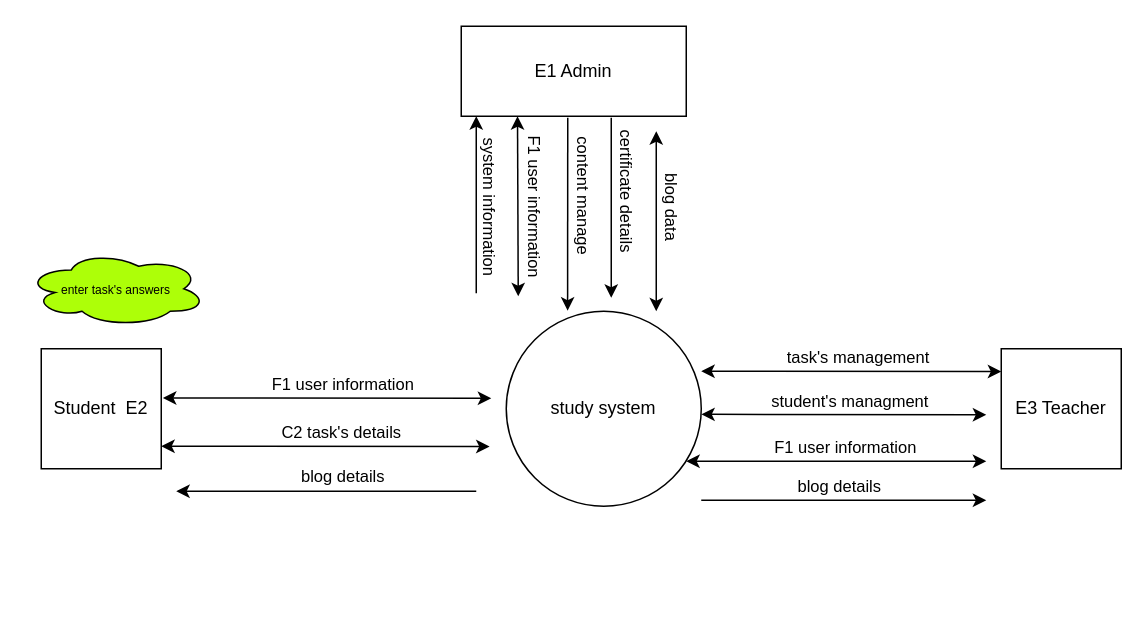
The draw.io diagram page "Contect diagram" (1 of 6) of code/docs/diagrams.drawio in alsousha/projectFinish, before the edit. Source tidied: cells renumbered, new cells numbered last; positions are measured from the earlier drawing's top-left corner, leaving out a move shared by most shapes. Both pictures are drawn from the tidied source at 150%, with x=0, y=0 at pixel (26, 26).
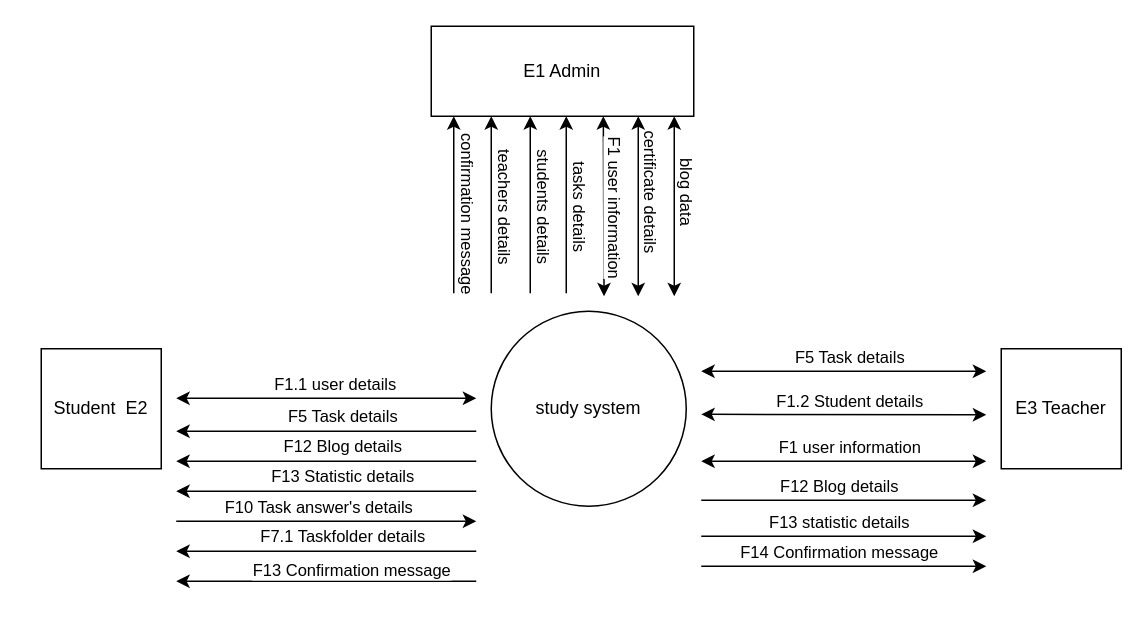
After the change.

The change refers to these unchanged cells:
```xml
<mxCell id="20" style="endArrow=classic;startArrow=classic;html=1;exitX=1.014;exitY=0.06;exitDx=0;exitDy=0;exitPerimeter=0;" parent="1" edge="1">
  <mxGeometry relative="1" as="geometry">
    <mxPoint x="450" y="258.7" as="sourcePoint" />
    <mxPoint x="640" y="259" as="targetPoint" />
  </mxGeometry>
</mxCell>
<mxCell id="26" style="endArrow=classic;html=1;" parent="1" edge="1">
  <mxGeometry relative="1" as="geometry">
    <mxPoint x="450" y="316" as="sourcePoint" />
    <mxPoint x="640" y="316" as="targetPoint" />
  </mxGeometry>
</mxCell>
```

What changed in the source:
```diff
@@
     <mxCell id="2" value="study system" style="ellipse;whiteSpace=wrap;html=1;" parent="1" vertex="1">
-      <mxGeometry x="320" y="190" width="130" height="130" as="geometry" />
+      <mxGeometry x="310" y="190" width="130" height="130" as="geometry" />
     </mxCell>
@@
     <mxCell id="5" style="endArrow=classic;html=1;entryX=0;entryY=1;entryDx=0;entryDy=0;" parent="1" edge="1">
       <mxGeometry relative="1" as="geometry">
-        <mxPoint x="300" y="178" as="sourcePoint" />
-        <mxPoint x="300" y="60" as="targetPoint" />
+        <mxPoint x="360" y="178" as="sourcePoint" />
+        <mxPoint x="360" y="60" as="targetPoint" />
       </mxGeometry>
     </mxCell>
@@
-    <mxCell id="7" value="system information" style="edgeLabel;html=1;align=center;verticalAlign=middle;rotation=90;" parent="5" vertex="1">
+    <mxCell id="7" value="tasks details" style="edgeLabel;html=1;align=center;verticalAlign=middle;rotation=90;" parent="5" vertex="1">
       <mxGeometry x="0.17" relative="1" as="geometry">
         <mxPoint x="9.5" y="10.8" as="offset" />
       </mxGeometry>
     </mxCell>
-    <mxCell id="8" style="endArrow=classic;html=1;" parent="1" edge="1">
-      <mxGeometry relative="1" as="geometry">
-        <mxPoint x="390" y="61" as="sourcePoint" />
-        <mxPoint x="390" y="181" as="targetPoint" />
-      </mxGeometry>
-    </mxCell>
-    <mxCell id="9" value="certificate details" style="edgeLabel;html=1;align=center;verticalAlign=middle;rotation=90;" parent="8" vertex="1">
-      <mxGeometry x="-0.4" y="2" relative="1" as="geometry">
-        <mxPoint x="8.9" y="12.7" as="offset" />
-      </mxGeometry>
-    </mxCell>
-    <mxCell id="10" style="endArrow=classic;html=1;entryX=0.245;entryY=0.074;entryDx=0;entryDy=0;entryPerimeter=0;" parent="1" edge="1">
-      <mxGeometry relative="1" as="geometry">
-        <mxPoint x="361" y="61" as="sourcePoint" />
-        <mxPoint x="360.9" y="189.6" as="targetPoint" />
-      </mxGeometry>
-    </mxCell>
-    <mxCell id="11" value="content manage" style="edgeLabel;html=1;align=center;verticalAlign=middle;rotation=90;" parent="10" vertex="1">
-      <mxGeometry x="-0.4" y="2" relative="1" as="geometry">
-        <mxPoint x="8.9" y="12.7" as="offset" />
-      </mxGeometry>
-    </mxCell>
     <mxCell id="12" value="E1 Admin" style="rounded=0;whiteSpace=wrap;html=1;" parent="1" vertex="1">
-      <mxGeometry x="290" width="150" height="60" as="geometry" />
+      <mxGeometry x="270" width="175" height="60" as="geometry" />
     </mxCell>
-    <mxCell id="13" value="&lt;font style=&quot;font-size: 8px&quot;&gt;enter task's answers&lt;/font&gt;" style="ellipse;shape=cloud;whiteSpace=wrap;html=1;fillColor=#ADFF08;" parent="1" vertex="1">
-      <mxGeometry y="150" width="120" height="50" as="geometry" />
-    </mxCell>
-    <mxCell id="14" style="endArrow=classic;startArrow=classic;html=1;exitX=1.014;exitY=0.06;exitDx=0;exitDy=0;exitPerimeter=0;" parent="1" edge="1">
+    <mxCell id="14" style="endArrow=classic;startArrow=classic;html=1;" parent="1" edge="1">
       <mxGeometry relative="1" as="geometry">
-        <mxPoint x="91.1" y="247.8" as="sourcePoint" />
-        <mxPoint x="310" y="248" as="targetPoint" />
+        <mxPoint x="100" y="248" as="sourcePoint" />
+        <mxPoint x="300" y="248" as="targetPoint" />
       </mxGeometry>
     </mxCell>
-    <mxCell id="15" value="F1 user information" style="edgeLabel;html=1;align=center;verticalAlign=middle;" parent="14" vertex="1">
+    <mxCell id="15" value="F1.1 user details" style="edgeLabel;html=1;align=center;verticalAlign=middle;" parent="14" vertex="1">
       <mxGeometry x="0.45" relative="1" as="geometry">
         <mxPoint x="-39.4" y="-9.9" as="offset" />
       </mxGeometry>
     </mxCell>
-    <mxCell id="16" style="endArrow=classic;startArrow=classic;html=1;exitX=1.014;exitY=0.06;exitDx=0;exitDy=0;exitPerimeter=0;" parent="1" edge="1">
+    <mxCell id="16" style="endArrow=classic;startArrow=classic;html=1;" parent="1" edge="1">
       <mxGeometry relative="1" as="geometry">
-        <mxPoint x="440" y="290" as="sourcePoint" />
+        <mxPoint x="450" y="290" as="sourcePoint" />
         <mxPoint x="640" y="290" as="targetPoint" />
       </mxGeometry>
     </mxCell>
@@
-    <mxCell id="18" style="endArrow=classic;startArrow=classic;html=1;exitX=0.25;exitY=1;exitDx=0;exitDy=0;" parent="1" edge="1" source="12">
+    <mxCell id="18" style="endArrow=classic;startArrow=classic;html=1;exitX=0.25;exitY=1;exitDx=0;exitDy=0;" parent="1" edge="1">
       <mxGeometry relative="1" as="geometry">
-        <mxPoint x="328" y="180" as="targetPoint" />
+        <mxPoint x="384.7" y="60" as="sourcePoint" />
+        <mxPoint x="385.2" y="180" as="targetPoint" />
       </mxGeometry>
     </mxCell>
     <mxCell id="19" value="F1 user information" style="edgeLabel;html=1;align=center;verticalAlign=middle;rotation=90;" parent="18" vertex="1">
       <mxGeometry x="0.45" relative="1" as="geometry">
-        <mxPoint x="12.1" y="-26.9" as="offset" />
+        <mxPoint x="8.1" y="-26.9" as="offset" />
       </mxGeometry>
     </mxCell>
@@
-    <mxCell id="21" value="student's managment" style="edgeLabel;html=1;align=center;verticalAlign=middle;" parent="20" vertex="1">
+    <mxCell id="21" value="F1.2 Student details" style="edgeLabel;html=1;align=center;verticalAlign=middle;" parent="20" vertex="1">
       <mxGeometry x="0.45" relative="1" as="geometry">
         <mxPoint x="-39.4" y="-9.9" as="offset" />
       </mxGeometry>
     </mxCell>
-    <mxCell id="22" style="endArrow=classic;startArrow=classic;html=1;exitX=1.014;exitY=0.06;exitDx=0;exitDy=0;exitPerimeter=0;" parent="1" edge="1">
-      <mxGeometry relative="1" as="geometry">
-        <mxPoint x="90" y="280" as="sourcePoint" />
-        <mxPoint x="308.9" y="280.2" as="targetPoint" />
-      </mxGeometry>
-    </mxCell>
-    <mxCell id="23" value="C2 task's details" style="edgeLabel;html=1;align=center;verticalAlign=middle;" parent="22" vertex="1">
-      <mxGeometry x="0.45" relative="1" as="geometry">
-        <mxPoint x="-39.4" y="-9.9" as="offset" />
-      </mxGeometry>
-    </mxCell>
     <mxCell id="24" style="endArrow=classic;startArrow=classic;html=1;" parent="1" edge="1">
       <mxGeometry relative="1" as="geometry">
         <mxPoint x="450" y="230" as="sourcePoint" />
-        <mxPoint x="650" y="230.2" as="targetPoint" />
+        <mxPoint x="640" y="230" as="targetPoint" />
       </mxGeometry>
     </mxCell>
-    <mxCell id="25" value="task's management&amp;nbsp;" style="edgeLabel;html=1;align=center;verticalAlign=middle;" parent="24" vertex="1">
+    <mxCell id="25" value="F5 Task details" style="edgeLabel;html=1;align=center;verticalAlign=middle;" parent="24" vertex="1">
       <mxGeometry x="0.45" relative="1" as="geometry">
         <mxPoint x="-39.4" y="-9.9" as="offset" />
       </mxGeometry>
     </mxCell>
@@
-    <mxCell id="27" value="blog details" style="edgeLabel;html=1;align=center;verticalAlign=middle;rotation=0;" parent="26" vertex="1">
+    <mxCell id="27" value="F12 Blog details" style="edgeLabel;html=1;align=center;verticalAlign=middle;rotation=0;" parent="26" vertex="1">
       <mxGeometry x="-0.4" y="2" relative="1" as="geometry">
         <mxPoint x="34.9" y="-7.3" as="offset" />
       </mxGeometry>
     </mxCell>
     <mxCell id="28" style="endArrow=classic;html=1;" parent="1" edge="1">
       <mxGeometry relative="1" as="geometry">
-        <mxPoint x="300" y="310" as="sourcePoint" />
-        <mxPoint x="100" y="310" as="targetPoint" />
+        <mxPoint x="300" y="290" as="sourcePoint" />
+        <mxPoint x="100" y="290" as="targetPoint" />
       </mxGeometry>
     </mxCell>
-    <mxCell id="29" value="blog details" style="edgeLabel;html=1;align=center;verticalAlign=middle;rotation=0;" parent="28" vertex="1">
+    <mxCell id="29" value="F12 Blog details" style="edgeLabel;html=1;align=center;verticalAlign=middle;rotation=0;" parent="28" vertex="1">
       <mxGeometry x="-0.4" y="2" relative="1" as="geometry">
         <mxPoint x="-30" y="-13" as="offset" />
       </mxGeometry>
     </mxCell>
     <mxCell id="30" style="endArrow=classic;startArrow=classic;html=1;" parent="1" edge="1">
       <mxGeometry relative="1" as="geometry">
-        <mxPoint x="420" y="70" as="sourcePoint" />
-        <mxPoint x="420" y="190" as="targetPoint" />
+        <mxPoint x="432" y="60" as="sourcePoint" />
+        <mxPoint x="432" y="180" as="targetPoint" />
       </mxGeometry>
     </mxCell>
     <mxCell id="31" value="blog data" style="edgeLabel;html=1;align=center;verticalAlign=middle;rotation=90;" parent="30" vertex="1">
       <mxGeometry x="0.45" relative="1" as="geometry">
-        <mxPoint x="11.6" y="-37" as="offset" />
+        <mxPoint x="9.6" y="-37" as="offset" />
       </mxGeometry>
     </mxCell>
+    <mxCell id="32" style="endArrow=classic;html=1;" parent="1" edge="1">
+      <mxGeometry relative="1" as="geometry">
+        <mxPoint x="300" y="310" as="sourcePoint" />
+        <mxPoint x="100" y="310" as="targetPoint" />
+      </mxGeometry>
+    </mxCell>
+    <mxCell id="33" value="F13 Statistic details" style="edgeLabel;html=1;align=center;verticalAlign=middle;rotation=0;" parent="32" vertex="1">
+      <mxGeometry x="-0.4" y="2" relative="1" as="geometry">
+        <mxPoint x="-30" y="-13" as="offset" />
+      </mxGeometry>
+    </mxCell>
+    <mxCell id="34" style="endArrow=classic;html=1;" parent="1" edge="1">
+      <mxGeometry relative="1" as="geometry">
+        <mxPoint x="450" y="340" as="sourcePoint" />
+        <mxPoint x="640" y="340" as="targetPoint" />
+      </mxGeometry>
+    </mxCell>
+    <mxCell id="35" value="F13 statistic details" style="edgeLabel;html=1;align=center;verticalAlign=middle;rotation=0;" parent="34" vertex="1">
+      <mxGeometry x="-0.4" y="2" relative="1" as="geometry">
+        <mxPoint x="34.9" y="-7.3" as="offset" />
+      </mxGeometry>
+    </mxCell>
+    <mxCell id="36" style="endArrow=classic;html=1;" parent="1" edge="1">
+      <mxGeometry relative="1" as="geometry">
+        <mxPoint x="100" y="330" as="sourcePoint" />
+        <mxPoint x="300" y="330" as="targetPoint" />
+      </mxGeometry>
+    </mxCell>
+    <mxCell id="37" value="F10 Task answer's details" style="edgeLabel;html=1;align=center;verticalAlign=middle;rotation=0;" parent="36" vertex="1">
+      <mxGeometry x="-0.4" y="2" relative="1" as="geometry">
+        <mxPoint x="34.9" y="-7.3" as="offset" />
+      </mxGeometry>
+    </mxCell>
+    <mxCell id="38" style="endArrow=classic;html=1;" parent="1" edge="1">
+      <mxGeometry relative="1" as="geometry">
+        <mxPoint x="300" y="270" as="sourcePoint" />
+        <mxPoint x="100" y="270" as="targetPoint" />
+      </mxGeometry>
+    </mxCell>
+    <mxCell id="39" value="F5 Task details" style="edgeLabel;html=1;align=center;verticalAlign=middle;rotation=0;" parent="38" vertex="1">
+      <mxGeometry x="-0.4" y="2" relative="1" as="geometry">
+        <mxPoint x="-30" y="-13" as="offset" />
+      </mxGeometry>
+    </mxCell>
+    <mxCell id="40" style="endArrow=classic;html=1;" parent="1" edge="1">
+      <mxGeometry relative="1" as="geometry">
+        <mxPoint x="300" y="350" as="sourcePoint" />
+        <mxPoint x="100" y="350" as="targetPoint" />
+      </mxGeometry>
+    </mxCell>
+    <mxCell id="41" value="F7.1 Taskfolder details" style="edgeLabel;html=1;align=center;verticalAlign=middle;rotation=0;" parent="40" vertex="1">
+      <mxGeometry x="-0.4" y="2" relative="1" as="geometry">
+        <mxPoint x="-30" y="-13" as="offset" />
+      </mxGeometry>
+    </mxCell>
+    <mxCell id="42" style="endArrow=classic;startArrow=classic;html=1;" parent="1" edge="1">
+      <mxGeometry relative="1" as="geometry">
+        <mxPoint x="408" y="60" as="sourcePoint" />
+        <mxPoint x="408" y="180" as="targetPoint" />
+      </mxGeometry>
+    </mxCell>
+    <mxCell id="9" value="certificate details" style="edgeLabel;html=1;align=center;verticalAlign=middle;rotation=90;" parent="42" vertex="1">
+      <mxGeometry x="0.45" relative="1" as="geometry">
+        <mxPoint x="9.6" y="-37" as="offset" />
+      </mxGeometry>
+    </mxCell>
+    <mxCell id="43" style="endArrow=classic;html=1;entryX=0;entryY=1;entryDx=0;entryDy=0;" parent="1" edge="1">
+      <mxGeometry relative="1" as="geometry">
+        <mxPoint x="336" y="178" as="sourcePoint" />
+        <mxPoint x="336" y="60" as="targetPoint" />
+      </mxGeometry>
+    </mxCell>
+    <mxCell id="44" style="edgeLabel;html=1;align=center;verticalAlign=middle;" parent="43" vertex="1">
+      <mxGeometry x="0.21" y="-2" relative="1" as="geometry" />
+    </mxCell>
+    <mxCell id="45" value="students details" style="edgeLabel;html=1;align=center;verticalAlign=middle;rotation=90;" parent="43" vertex="1">
+      <mxGeometry x="0.17" relative="1" as="geometry">
+        <mxPoint x="9.5" y="10.8" as="offset" />
+      </mxGeometry>
+    </mxCell>
+    <mxCell id="46" style="endArrow=classic;html=1;entryX=0;entryY=1;entryDx=0;entryDy=0;" parent="1" edge="1">
+      <mxGeometry relative="1" as="geometry">
+        <mxPoint x="310" y="178" as="sourcePoint" />
+        <mxPoint x="310" y="60" as="targetPoint" />
+      </mxGeometry>
+    </mxCell>
+    <mxCell id="47" style="edgeLabel;html=1;align=center;verticalAlign=middle;" parent="46" vertex="1">
+      <mxGeometry x="0.21" y="-2" relative="1" as="geometry" />
+    </mxCell>
+    <mxCell id="48" value="teachers details" style="edgeLabel;html=1;align=center;verticalAlign=middle;rotation=90;" parent="46" vertex="1">
+      <mxGeometry x="0.17" relative="1" as="geometry">
+        <mxPoint x="9.5" y="10.8" as="offset" />
+      </mxGeometry>
+    </mxCell>
+    <mxCell id="49" style="endArrow=classic;html=1;entryX=0;entryY=1;entryDx=0;entryDy=0;" parent="1" edge="1">
+      <mxGeometry relative="1" as="geometry">
+        <mxPoint x="285" y="178" as="sourcePoint" />
+        <mxPoint x="285" y="60" as="targetPoint" />
+        <Array as="points">
+          <mxPoint x="285" y="120" />
+        </Array>
+      </mxGeometry>
+    </mxCell>
+    <mxCell id="50" style="edgeLabel;html=1;align=center;verticalAlign=middle;" parent="49" vertex="1">
+      <mxGeometry x="0.21" y="-2" relative="1" as="geometry" />
+    </mxCell>
+    <mxCell id="51" value="&lt;font color=&quot;rgba(0, 0, 0, 0)&quot; face=&quot;monospace&quot;&gt;&lt;span style=&quot;font-size: 0px&quot;&gt;confirmation message&lt;/span&gt;&lt;/font&gt;" style="edgeLabel;html=1;align=center;verticalAlign=middle;rotation=90;" parent="49" vertex="1">
+      <mxGeometry x="0.17" relative="1" as="geometry">
+        <mxPoint x="9.5" y="10.8" as="offset" />
+      </mxGeometry>
+    </mxCell>
+    <mxCell id="52" value="confirmation message" style="edgeLabel;html=1;align=center;verticalAlign=middle;rotation=90;" parent="49" vertex="1">
+      <mxGeometry x="0.11" relative="1" as="geometry">
+        <mxPoint x="10" y="11" as="offset" />
+      </mxGeometry>
+    </mxCell>
+    <mxCell id="53" style="endArrow=classic;html=1;" parent="1" edge="1">
+      <mxGeometry relative="1" as="geometry">
+        <mxPoint x="300" y="370" as="sourcePoint" />
+        <mxPoint x="100" y="370" as="targetPoint" />
+      </mxGeometry>
+    </mxCell>
+    <mxCell id="54" value="&lt;div style=&quot;text-align: center&quot;&gt;&lt;font color=&quot;rgba(0, 0, 0, 0)&quot; face=&quot;monospace&quot;&gt;&lt;span style=&quot;font-size: 0px&quot;&gt;confirmation message&lt;/span&gt;&lt;/font&gt;&lt;font color=&quot;#ba0000&quot; face=&quot;monospace&quot;&gt;&lt;span style=&quot;font-size: 0px&quot;&gt;confirmation message&lt;/span&gt;&lt;/font&gt;&lt;/div&gt;" style="edgeLabel;html=1;align=center;verticalAlign=middle;rotation=0;" parent="53" vertex="1">
+      <mxGeometry x="-0.4" y="2" relative="1" as="geometry">
+        <mxPoint x="-30" y="-13" as="offset" />
+      </mxGeometry>
+    </mxCell>
+    <mxCell id="55" value="F13 Confirmation message" style="edgeLabel;html=1;align=center;verticalAlign=middle;" parent="53" vertex="1">
+      <mxGeometry x="-0.16" relative="1" as="geometry">
+        <mxPoint y="-8" as="offset" />
+      </mxGeometry>
+    </mxCell>
+    <mxCell id="56" style="endArrow=classic;html=1;" parent="1" edge="1">
+      <mxGeometry relative="1" as="geometry">
+        <mxPoint x="450" y="360" as="sourcePoint" />
+        <mxPoint x="640" y="360" as="targetPoint" />
+      </mxGeometry>
+    </mxCell>
+    <mxCell id="57" value="F14 Confirmation message" style="edgeLabel;html=1;align=center;verticalAlign=middle;rotation=0;" parent="56" vertex="1">
+      <mxGeometry x="-0.4" y="2" relative="1" as="geometry">
+        <mxPoint x="34.9" y="-7.3" as="offset" />
+      </mxGeometry>
+    </mxCell>
```
